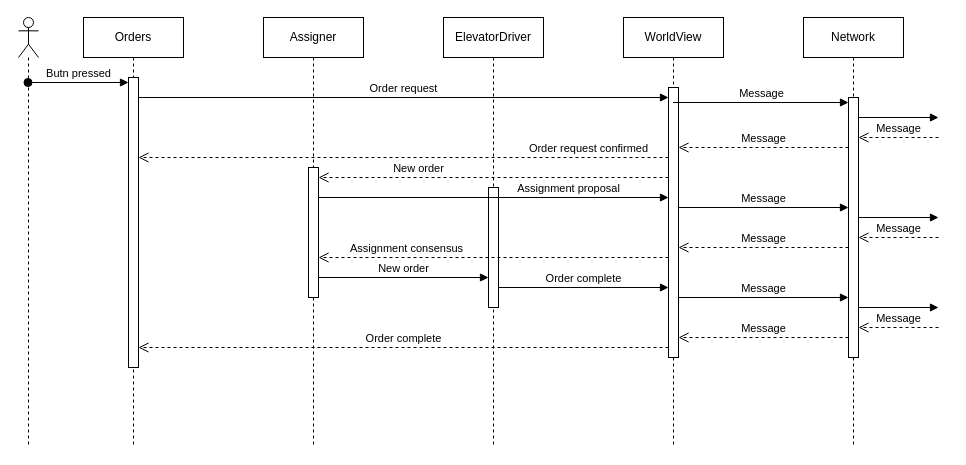
Before: UML/sekvensdiagram.drawio in KasperTL/elevator_go, a draw.io diagram. Source tidied: cells renumbered, new cells numbered last; positions are measured from the earlier drawing's top-left corner, leaving out a move shared by most shapes. Both pictures are drawn from the tidied source at 100%, with x=0, y=0 at pixel (18, 17).
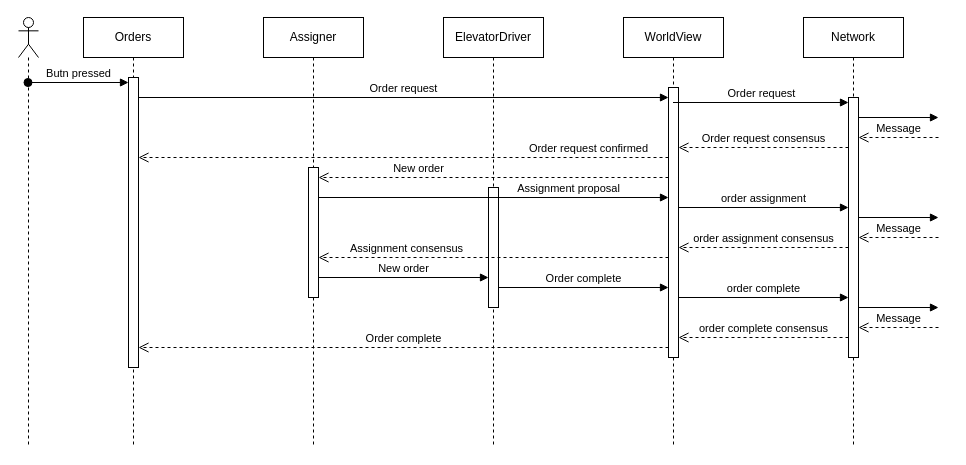
Above is the later version.

The change refers to these unchanged cells:
```xml
<mxCell id="8" value="WorldView" style="shape=umlLifeline;perimeter=lifelinePerimeter;whiteSpace=wrap;html=1;outlineConnect=0;portConstraint=eastwest;newEdgeStyle={&quot;curved&quot;:0,&quot;rounded&quot;:0};" parent="1" vertex="1">
  <mxGeometry x="605" width="100" height="430" as="geometry" />
</mxCell>
<mxCell id="9" style="html=1;points=[[0,0,0,0,5],[0,1,0,0,-5],[1,0,0,0,5],[1,1,0,0,-5]];perimeter=orthogonalPerimeter;outlineConnect=0;targetShapes=umlLifeline;portConstraint=eastwest;newEdgeStyle={&quot;curved&quot;:0,&quot;rounded&quot;:0};" parent="8" vertex="1">
  <mxGeometry x="45" y="70" width="10" height="270" as="geometry" />
</mxCell>
<mxCell id="11" style="html=1;points=[[0,0,0,0,5],[0,1,0,0,-5],[1,0,0,0,5],[1,1,0,0,-5]];perimeter=orthogonalPerimeter;outlineConnect=0;targetShapes=umlLifeline;portConstraint=eastwest;newEdgeStyle={&quot;curved&quot;:0,&quot;rounded&quot;:0};" parent="10" vertex="1">
  <mxGeometry x="45" y="80" width="10" height="260" as="geometry" />
</mxCell>
```

Diff of the diagram source:
```diff
@@
-    <mxCell id="14" value="Message" style="html=1;verticalAlign=bottom;endArrow=block;curved=0;rounded=0;entryX=0;entryY=0;entryDx=0;entryDy=5;" parent="1" edge="1" source="8" target="11">
+    <mxCell id="14" value="Order request" style="html=1;verticalAlign=bottom;endArrow=block;curved=0;rounded=0;entryX=0;entryY=0;entryDx=0;entryDy=5;" parent="1" edge="1" source="8" target="11">
       <mxGeometry relative="1" as="geometry" />
     </mxCell>
-    <mxCell id="15" value="Message" style="html=1;verticalAlign=bottom;endArrow=open;dashed=1;endSize=8;curved=0;rounded=0;" parent="1" edge="1">
+    <mxCell id="15" value="Order request consensus" style="html=1;verticalAlign=bottom;endArrow=open;dashed=1;endSize=8;curved=0;rounded=0;" parent="1" edge="1">
       <mxGeometry relative="1" as="geometry">
         <mxPoint x="830" y="130" as="sourcePoint" />
         <mxPoint x="660" y="130" as="targetPoint" />
       </mxGeometry>
     </mxCell>
@@
-    <mxCell id="22" value="Message" style="html=1;verticalAlign=bottom;endArrow=open;dashed=1;endSize=8;curved=0;rounded=0;" parent="1" edge="1">
+    <mxCell id="22" value="order assignment consensus" style="html=1;verticalAlign=bottom;endArrow=open;dashed=1;endSize=8;curved=0;rounded=0;" parent="1" edge="1">
       <mxGeometry relative="1" as="geometry">
         <mxPoint x="830" y="230" as="sourcePoint" />
         <mxPoint x="660" y="230" as="targetPoint" />
       </mxGeometry>
     </mxCell>
-    <mxCell id="23" value="Message" style="html=1;verticalAlign=bottom;endArrow=block;curved=0;rounded=0;" parent="1" edge="1">
+    <mxCell id="23" value="order assignment" style="html=1;verticalAlign=bottom;endArrow=block;curved=0;rounded=0;" parent="1" edge="1">
       <mxGeometry relative="1" as="geometry">
         <mxPoint x="660" y="190" as="sourcePoint" />
         <mxPoint x="830" y="190" as="targetPoint" />
       </mxGeometry>
     </mxCell>
@@
-    <mxCell id="27" value="Message" style="html=1;verticalAlign=bottom;endArrow=open;dashed=1;endSize=8;curved=0;rounded=0;" parent="1" edge="1" target="9">
+    <mxCell id="27" value="order complete consensus" style="html=1;verticalAlign=bottom;endArrow=open;dashed=1;endSize=8;curved=0;rounded=0;" parent="1" edge="1" target="9">
       <mxGeometry relative="1" as="geometry">
         <mxPoint x="830" y="320" as="sourcePoint" />
       </mxGeometry>
     </mxCell>
@@
-    <mxCell id="30" value="Message" style="html=1;verticalAlign=bottom;endArrow=block;curved=0;rounded=0;" parent="1" edge="1">
+    <mxCell id="30" value="order complete" style="html=1;verticalAlign=bottom;endArrow=block;curved=0;rounded=0;" parent="1" edge="1">
       <mxGeometry relative="1" as="geometry">
         <mxPoint x="660" y="280" as="sourcePoint" />
         <mxPoint x="830" y="280" as="targetPoint" />
       </mxGeometry>
     </mxCell>
```
